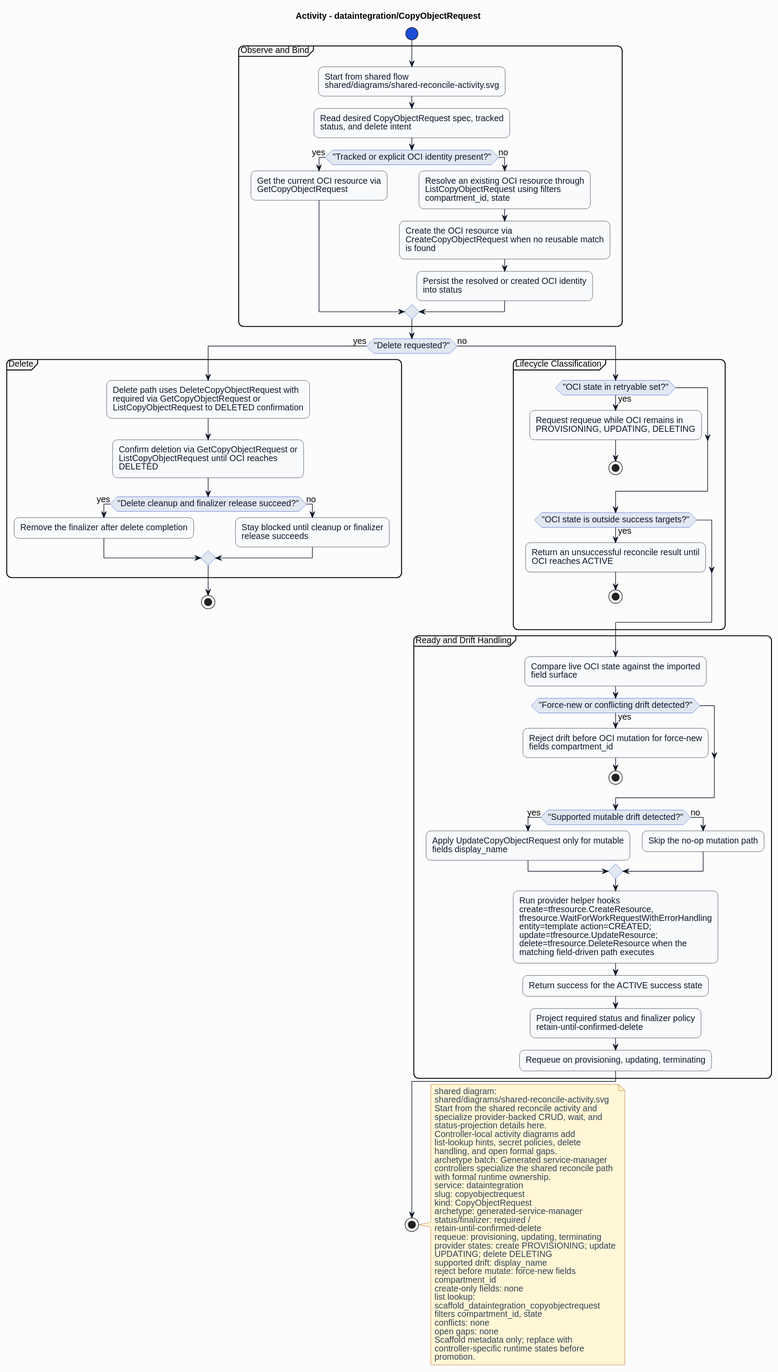
Above: formal/controllers/dataintegration/copyobjectrequest/diagrams/activity.svg in HaoyL666/oci-service-operator (PlantUML), before the change.
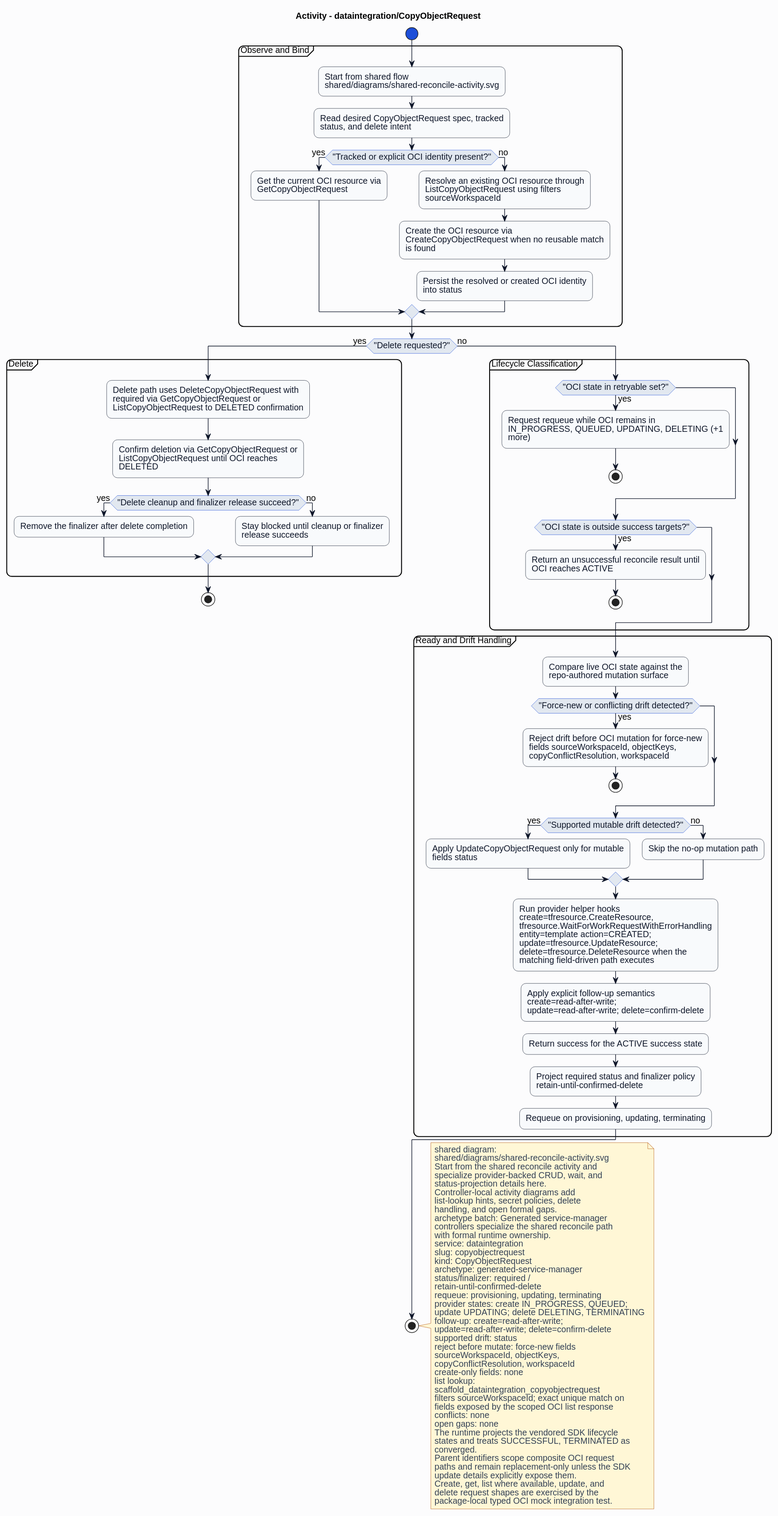
After the change.

What changed in the source:
```diff
@@ -27,7 +27,7 @@
 if ("Tracked or explicit OCI identity present?") then (yes)
 :Get the current OCI resource via\nGetCopyObjectRequest;
 else (no)
-:Resolve an existing OCI resource through\nListCopyObjectRequest using filters\ncompartment_id, state;
+:Resolve an existing OCI resource through\nListCopyObjectRequest using filters\nsourceWorkspaceId;
 :Create the OCI resource via\nCreateCopyObjectRequest when no reusable match\nis found;
 :Persist the resolved or created OCI identity\ninto status;
 endif
@@ -46,7 +46,7 @@
 else (no)
 partition "Lifecycle Classification" {
 if ("OCI state in retryable set?") then (yes)
-:Request requeue while OCI remains in\nPROVISIONING, UPDATING, DELETING;
+:Request requeue while OCI remains in\nIN_PROGRESS, QUEUED, UPDATING, DELETING (+1\nmore);
 stop
 endif
 if ("OCI state is outside success targets?") then (yes)
@@ -55,17 +55,18 @@
 endif
 }
 partition "Ready and Drift Handling" {
-:Compare live OCI state against the imported\nfield surface;
+:Compare live OCI state against the\nrepo-authored mutation surface;
 if ("Force-new or conflicting drift detected?") then (yes)
-:Reject drift before OCI mutation for force-new\nfields compartment_id;
+:Reject drift before OCI mutation for force-new\nfields sourceWorkspaceId, objectKeys,\ncopyConflictResolution, workspaceId;
 stop
 endif
 if ("Supported mutable drift detected?") then (yes)
-:Apply UpdateCopyObjectRequest only for mutable\nfields display_name;
+:Apply UpdateCopyObjectRequest only for mutable\nfields status;
 else (no)
 :Skip the no-op mutation path;
 endif
 :Run provider helper hooks\ncreate=tfresource.CreateResource,\ntfresource.WaitForWorkRequestWithErrorHandling\nentity=template action=CREATED;\nupdate=tfresource.UpdateResource;\ndelete=tfresource.DeleteResource when the\nmatching field-driven path executes;
+:Apply explicit follow-up semantics\ncreate=read-after-write;\nupdate=read-after-write; delete=confirm-delete;
 :Return success for the ACTIVE success state;
 :Project required status and finalizer policy\nretain-until-confirmed-delete;
 :Requeue on provisioning, updating, terminating;
@@ -91,19 +92,29 @@
 status/finalizer: required /
 retain-until-confirmed-delete
 requeue: provisioning, updating, terminating
-provider states: create PROVISIONING; update
-UPDATING; delete DELETING
-supported drift: display_name
+provider states: create IN_PROGRESS, QUEUED;
+update UPDATING; delete DELETING, TERMINATING
+follow-up: create=read-after-write;
+update=read-after-write; delete=confirm-delete
+supported drift: status
 reject before mutate: force-new fields
-compartment_id
+sourceWorkspaceId, objectKeys,
+copyConflictResolution, workspaceId
 create-only fields: none
 list lookup:
 scaffold_dataintegration_copyobjectrequest
-filters compartment_id, state
+filters sourceWorkspaceId; exact unique match on
+fields exposed by the scoped OCI list response
 conflicts: none
 open gaps: none
-Scaffold metadata only; replace with
-controller-specific runtime states before
-promotion.
+The runtime projects the vendored SDK lifecycle
+states and treats SUCCESSFUL, TERMINATED as
+converged.
+Parent identifiers scope composite OCI request
+paths and remain replacement-only unless the SDK
+update details explicitly expose them.
+Create, get, list where available, update, and
+delete request shapes are exercised by the
+package-local typed OCI mock integration test.
 end note
 @enduml
```
